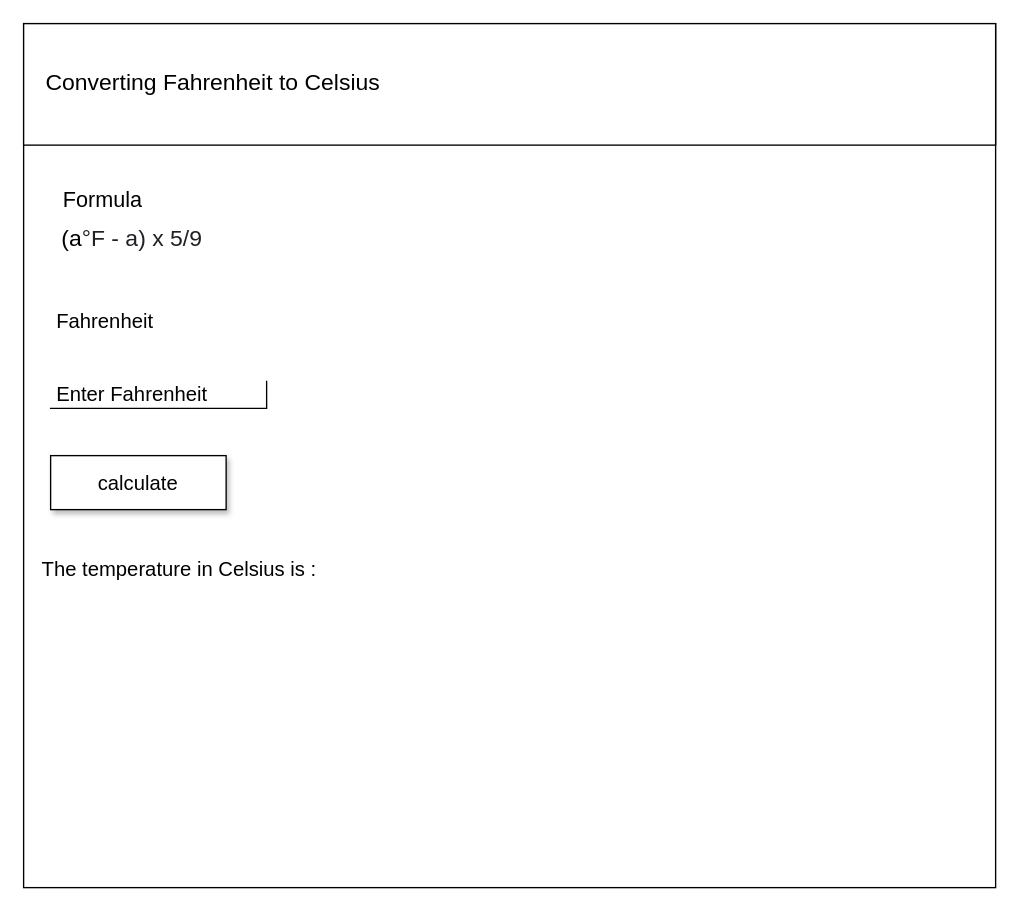
Earlier version of the draw.io diagram designs/storyboard.drawio (AvaVenturino/ICS20-Unit-3-04-JS). Source tidied: cells renumbered, new cells numbered last; positions are measured from the earlier drawing's top-left corner, leaving out a move shared by most shapes. Both pictures are drawn from the tidied source at 135%, with x=0, y=0 at pixel (23, 23).
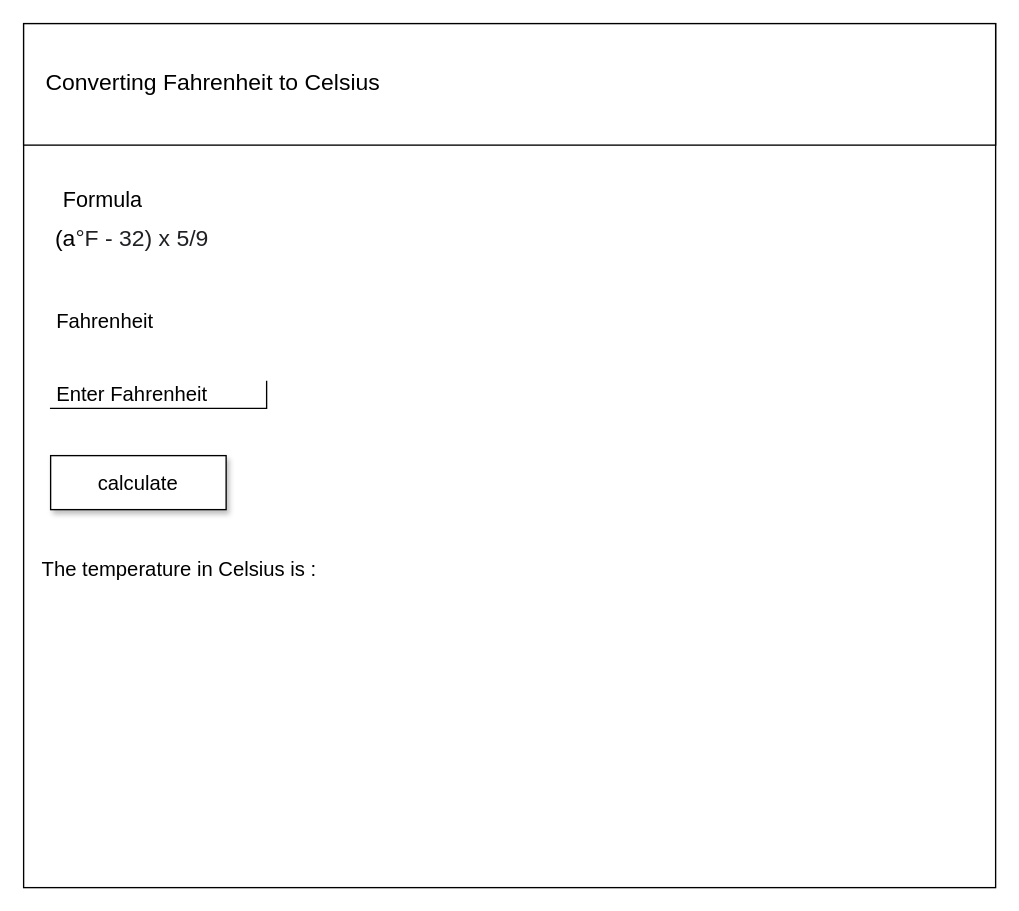
After the change.

Commit message (it also covers changes not shown here):
changed storyboard and added flowchart

The edit, as a diff of the source:
```diff
@@
 <mxGraphModel>
   <root>
     <mxCell id="0" />
     <mxCell id="1" parent="0" />
     <mxCell id="2" style="rounded=0;whiteSpace=wrap;html=1;" parent="1" vertex="1">
       <mxGeometry width="720" height="640" as="geometry" />
     </mxCell>
     <mxCell id="3" style="rounded=0;whiteSpace=wrap;html=1;" parent="1" vertex="1">
       <mxGeometry width="720" height="90" as="geometry" />
     </mxCell>
     <mxCell id="4" value="&lt;font style=&quot;font-size: 17px&quot;&gt;Converting Fahrenheit to Celsius&lt;/font&gt;" style="text;html=1;align=center;verticalAlign=middle;strokeColor=none;fillColor=none;" parent="1" vertex="1">
       <mxGeometry x="10" y="35" width="260" height="20" as="geometry" />
     </mxCell>
     <mxCell id="5" value="&lt;font style=&quot;font-size: 16px&quot;&gt;Formula&lt;/font&gt;&amp;nbsp;" style="text;html=1;align=center;verticalAlign=middle;strokeColor=none;fillColor=none;" parent="1" vertex="1">
       <mxGeometry x="20" y="120" width="80" height="20" as="geometry" />
     </mxCell>
-    <mxCell id="6" value="&lt;font style=&quot;font-size: 17px&quot;&gt;(a&lt;span style=&quot;color: rgb(32 , 33 , 36) ; font-family: &amp;#34;arial&amp;#34; , sans-serif ; text-align: left ; background-color: rgb(255 , 255 , 255)&quot;&gt;°F - a) x 5/9&lt;/span&gt;&lt;/font&gt;" style="text;html=1;align=center;verticalAlign=middle;strokeColor=none;fillColor=none;fontSize=16;" parent="1" vertex="1">
-      <mxGeometry x="20" y="150" width="120" height="20" as="geometry" />
+    <mxCell id="6" value="&lt;font style=&quot;font-size: 17px&quot;&gt;(a&lt;span style=&quot;color: rgb(32 , 33 , 36) ; font-family: &amp;#34;arial&amp;#34; , sans-serif ; text-align: left ; background-color: rgb(255 , 255 , 255)&quot;&gt;°F - 32) x 5/9&lt;/span&gt;&lt;/font&gt;" style="text;html=1;align=center;verticalAlign=middle;strokeColor=none;fillColor=none;fontSize=16;" parent="1" vertex="1">
+      <mxGeometry x="15" y="150" width="130" height="20" as="geometry" />
     </mxCell>
     <mxCell id="7" value="&lt;font style=&quot;font-size: 15px&quot;&gt;Enter Fahrenheit&lt;/font&gt;" style="text;html=1;align=center;verticalAlign=middle;strokeColor=none;fillColor=none;fontSize=17;" parent="1" vertex="1">
       <mxGeometry x="20" y="260" width="120" height="30" as="geometry" />
     </mxCell>
     <mxCell id="8" value="Fahrenheit" style="text;html=1;align=center;verticalAlign=middle;strokeColor=none;fillColor=none;fontSize=15;" parent="1" vertex="1">
       <mxGeometry x="20" y="210" width="80" height="20" as="geometry" />
     </mxCell>
     <mxCell id="9" style="shape=partialRectangle;whiteSpace=wrap;html=1;bottom=0;right=0;fillColor=none;fontSize=15;rotation=-180;" parent="1" vertex="1">
       <mxGeometry x="20" y="265" width="160" height="20" as="geometry" />
     </mxCell>
     <mxCell id="10" value="&lt;font style=&quot;font-size: 15px&quot;&gt;The temperature in Celsius is :&lt;/font&gt;" style="text;html=1;align=center;verticalAlign=middle;strokeColor=none;fillColor=none;fontSize=17;" parent="1" vertex="1">
       <mxGeometry x="10" y="390" width="210" height="30" as="geometry" />
     </mxCell>
     <mxCell id="11" value="calculate" style="rounded=0;whiteSpace=wrap;html=1;fontSize=15;shadow=1;" parent="1" vertex="1">
       <mxGeometry x="20" y="320" width="130" height="40" as="geometry" />
     </mxCell>
   </root>
 </mxGraphModel>
```
